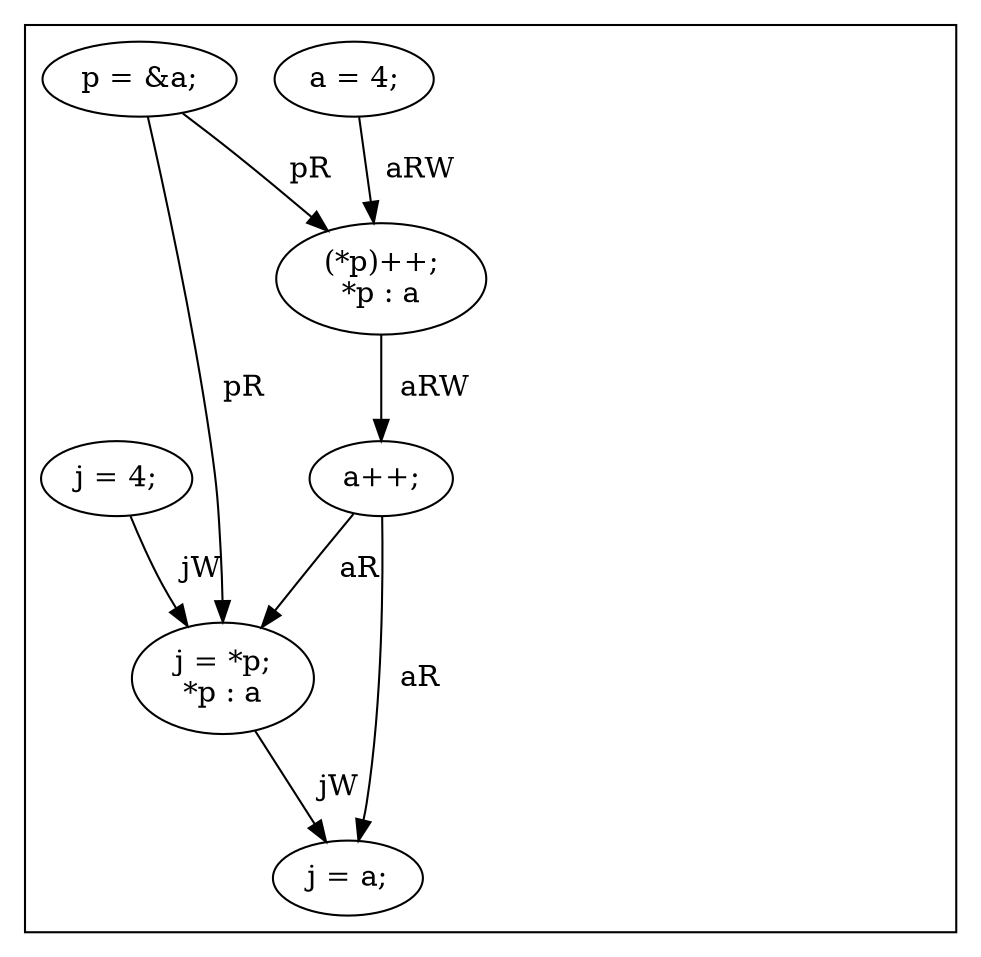
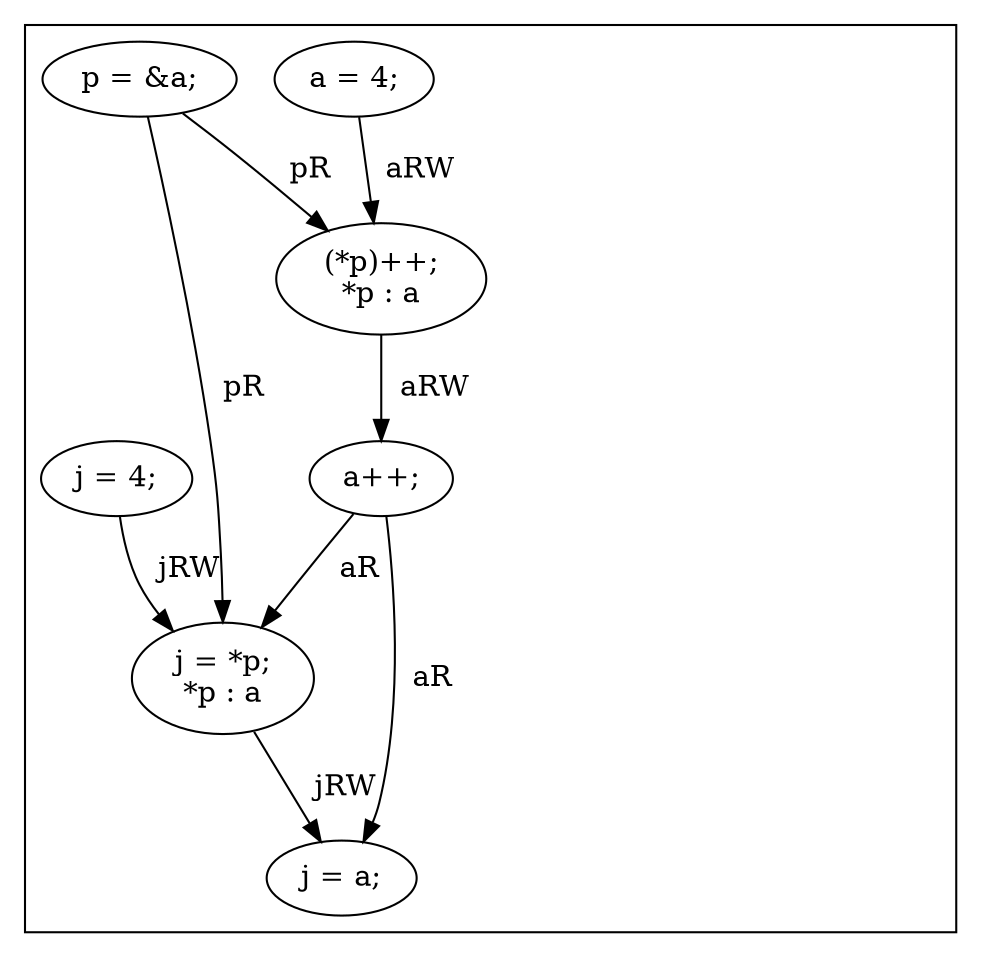
digraph G {
subgraph cluster_f0 {
    invisibleNodeScope_0 [style=invis];
    0 [label="a = 4;"];
    0 -> 2[label="  aRW"];
    1 [label="p = &a;"];
    1 -> 5[label="  pR"];
    1 -> 2[label="  pR"];
    2 [label="(*p)++;
*p : a"];
    2 -> 3[label="  aRW"];
    3 [label="a++;"];
    3 -> 6[label="  aR"];
    3 -> 5[label="  aR"];
    4 [label="j = 4;"];
-     4 -> 5[label="  jW"];
+     4 -> 5[label="  jRW"];
    5 [label="j = *p;
*p : a"];
-     5 -> 6[label="  jW"];
+     5 -> 6[label="  jRW"];
    6 [label="j = a;"];
}
}
